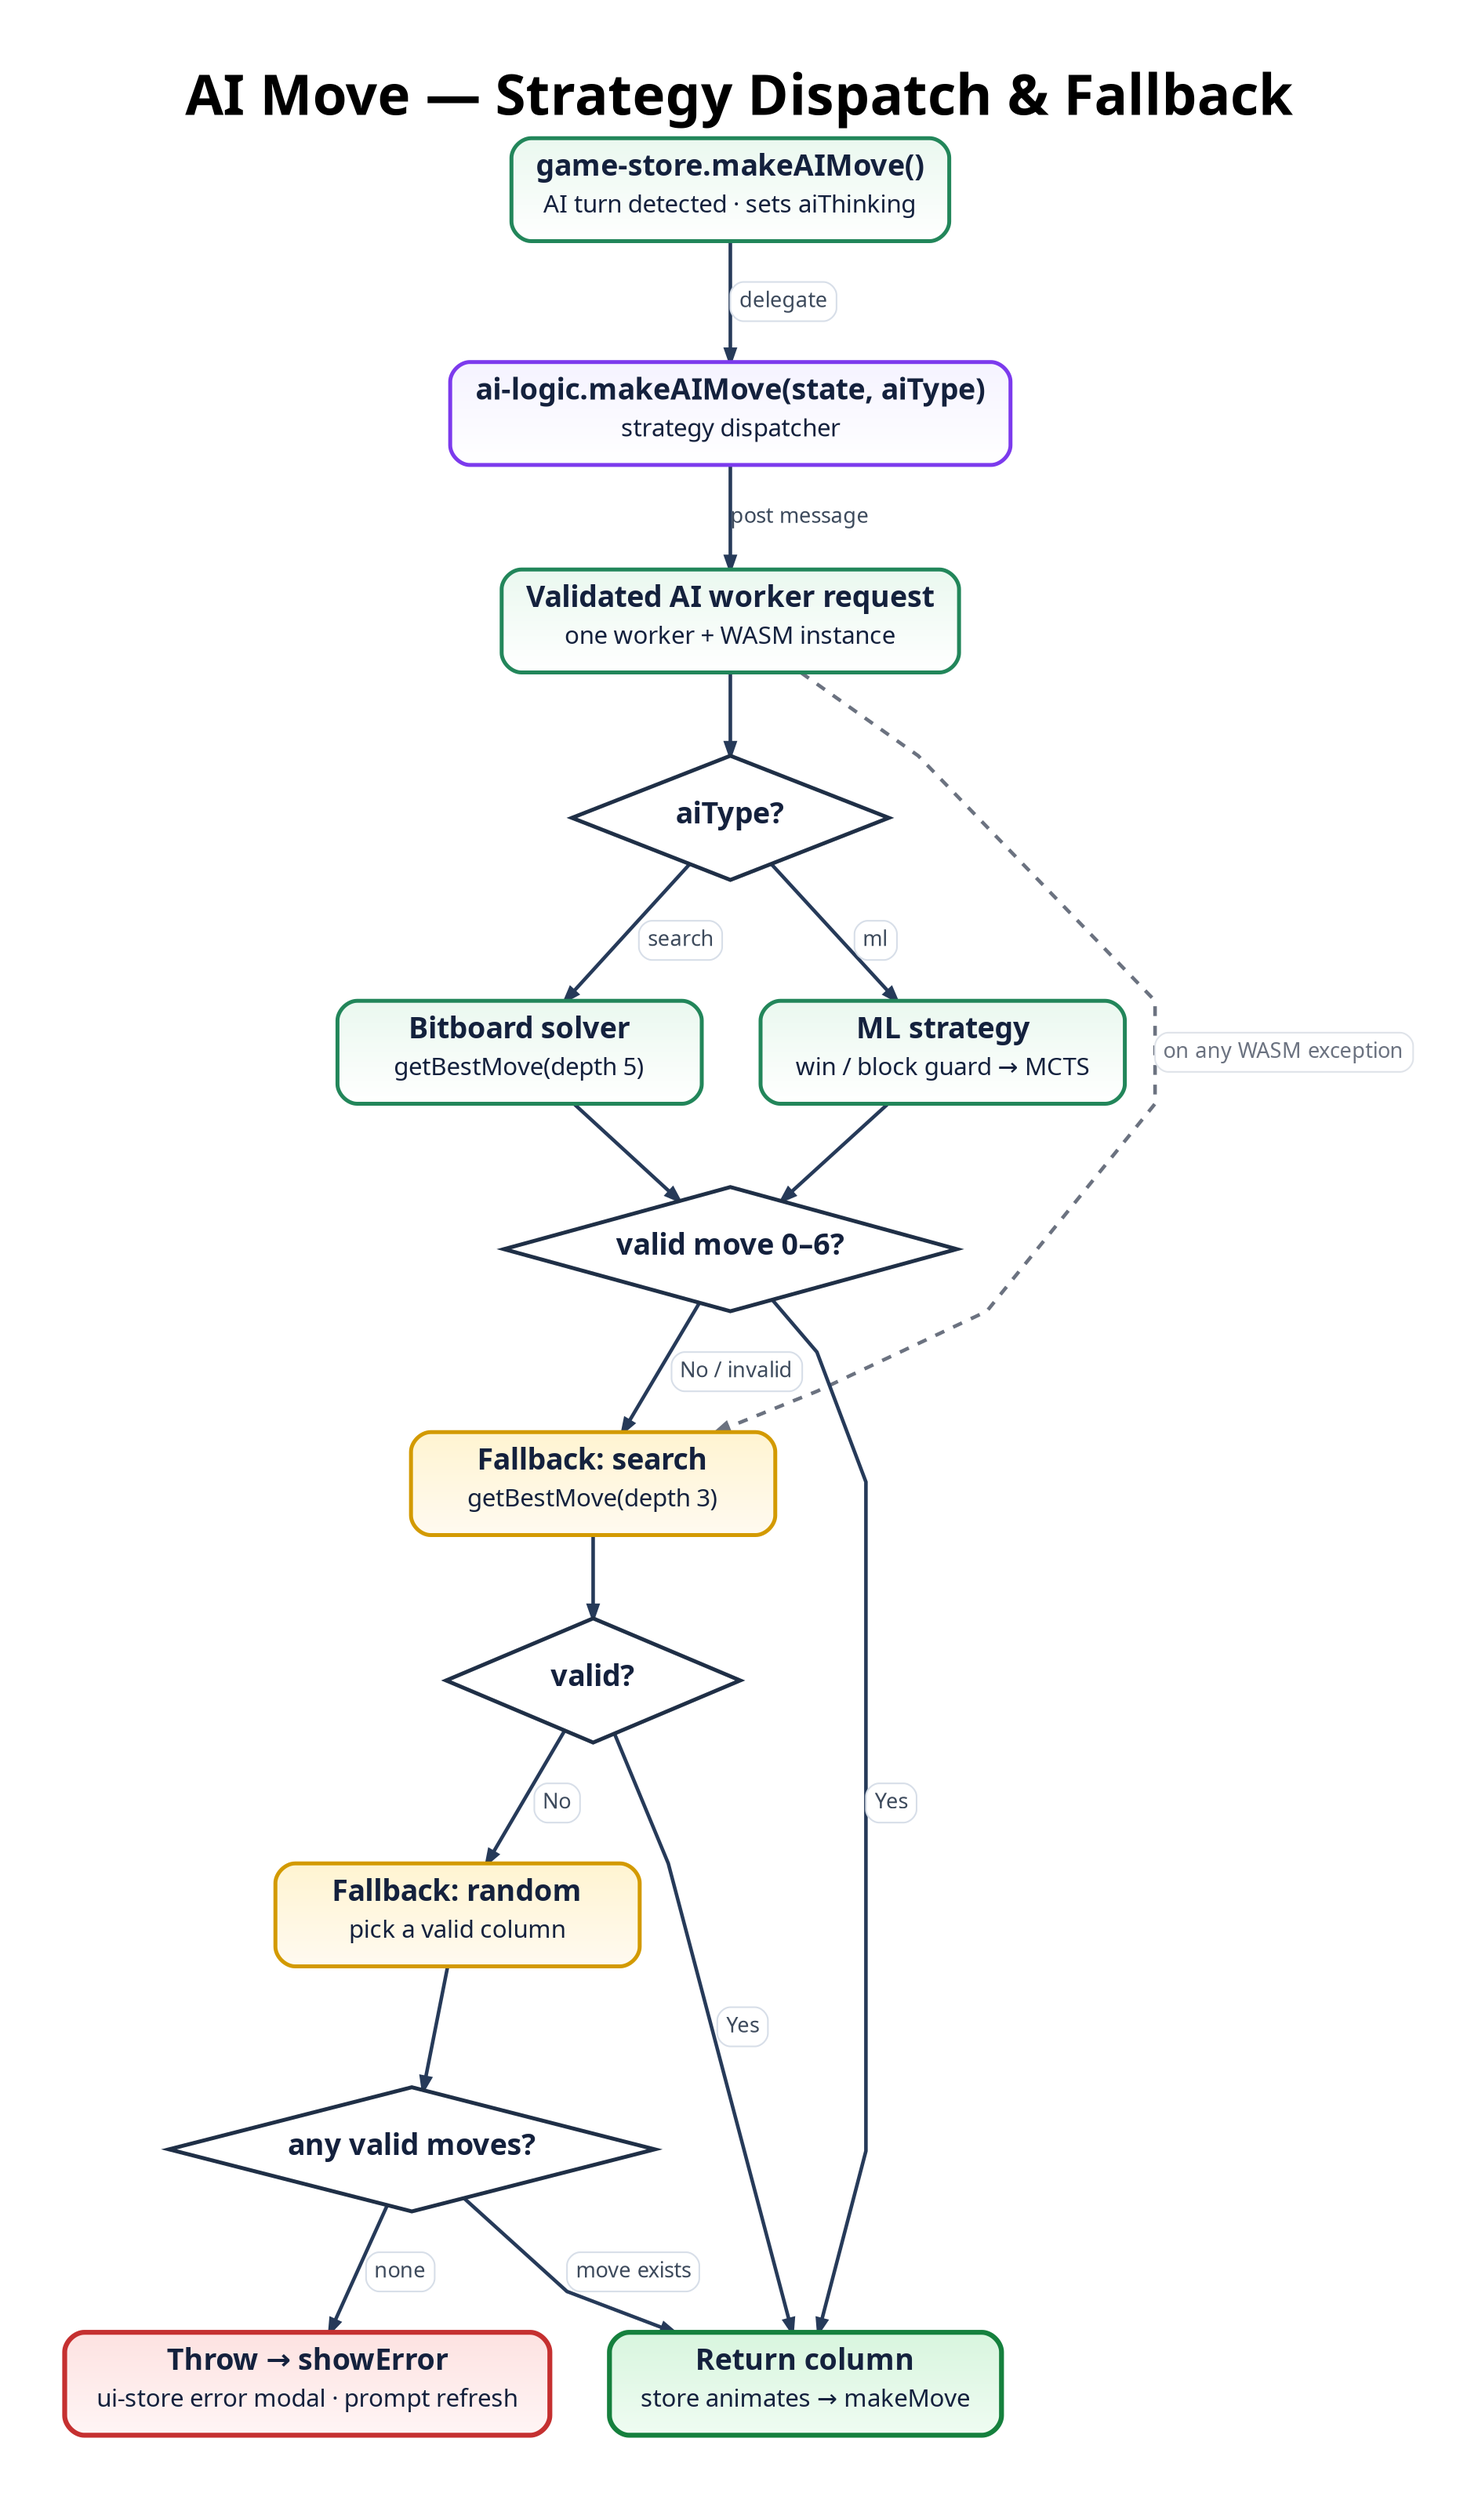
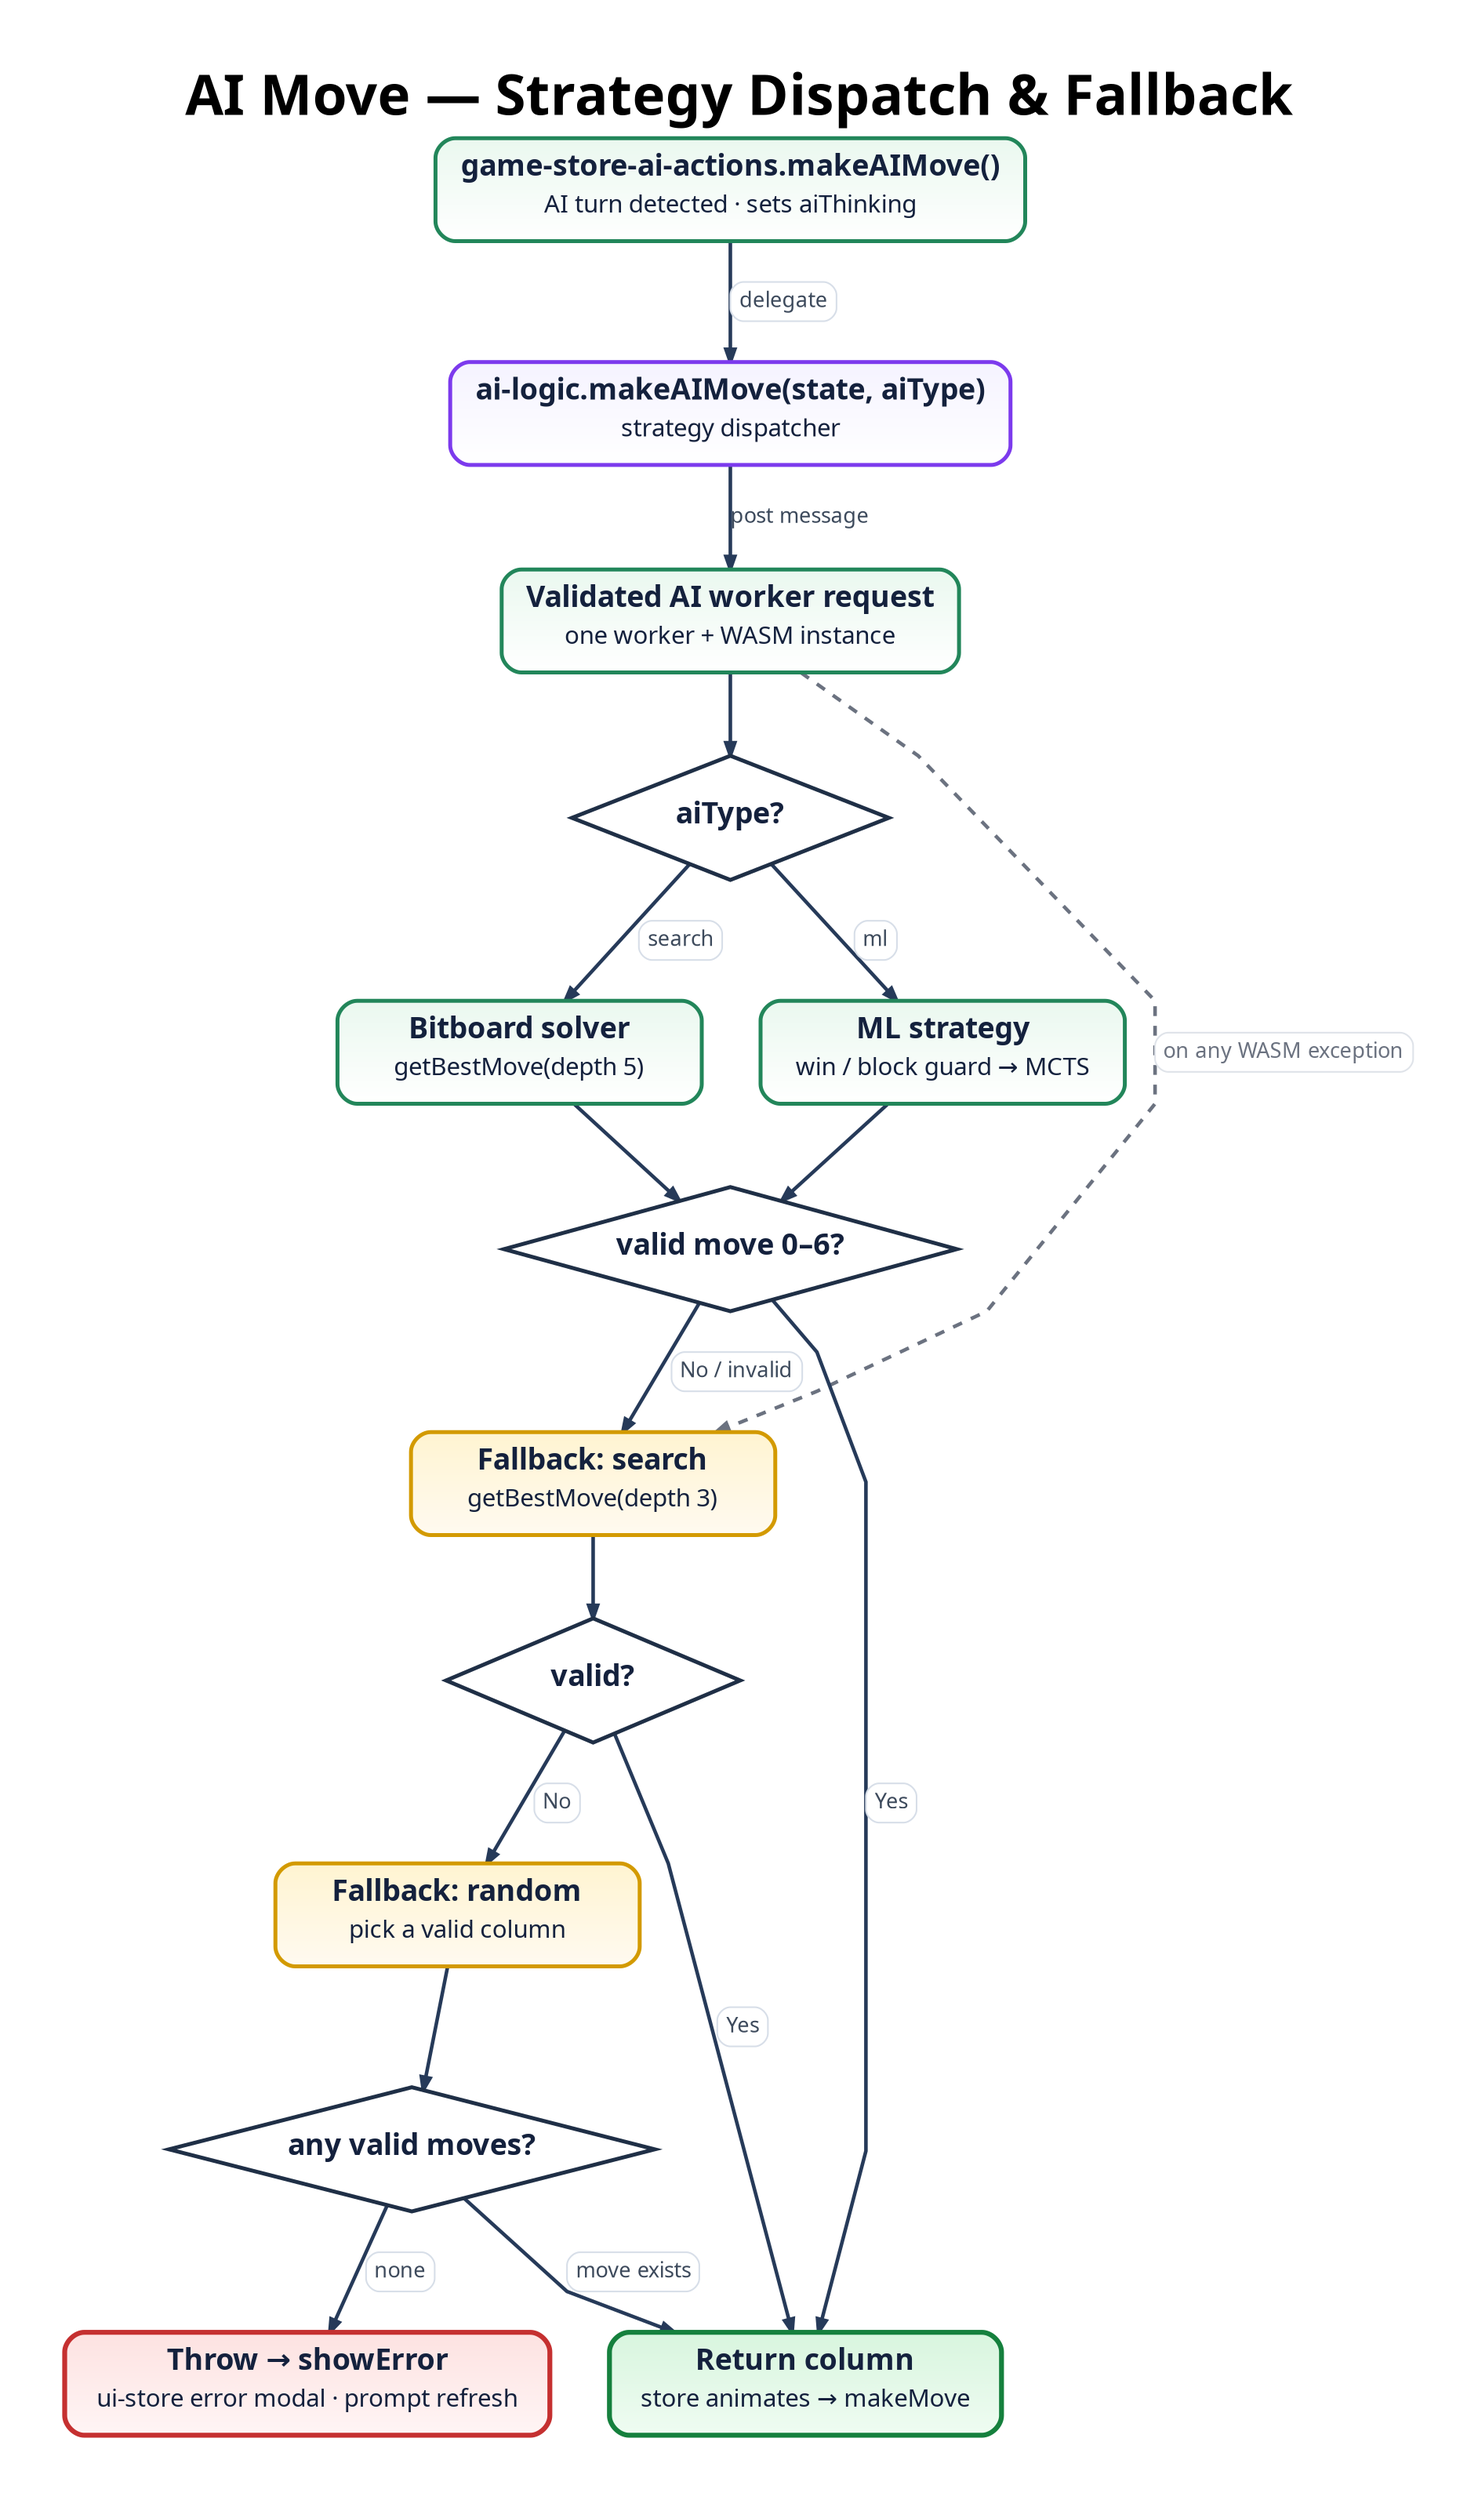
digraph AiMoveFlow {
  graph [
    rankdir=TB,
    bgcolor="#ffffff",
    pad="0.55",
    nodesep="0.5",
    ranksep="0.7",
    splines=polyline,
    outputorder=edgesfirst,
    compound=true,
    newrank=true,
    forcelabels=true,
    fontname="Avenir",
    label=<
      <TABLE BORDER="0" CELLBORDER="0" CELLSPACING="0" CELLPADDING="0">
        <TR><TD><FONT POINT-SIZE="34"><B>AI Move &mdash; Strategy Dispatch &amp; Fallback</B></FONT></TD></TR>
      </TABLE>
    >,
    labelloc=t,
    labeljust=c
  ];

  node [
    shape=box,
    style="rounded,filled",
    margin="0.21,0.13",
    width=3.1,
    height=0.74,
    fixedsize=false,
    fontname="Avenir",
    fontsize=18,
    penwidth=2.4,
    fontcolor="#14213d",
    color="#2264c7",
    fillcolor="#eaf3ff:#ffffff",
    gradientangle=270
  ];

  edge [
    color="#263a59",
    fontname="Avenir",
    fontsize=13,
    fontcolor="#3d4a5c",
    penwidth=2.2,
    arrowsize=0.78
  ];

-   A [label=<<TABLE BORDER="0" CELLBORDER="0" CELLSPACING="0" CELLPADDING="0"><TR><TD><B>game-store.makeAIMove()</B></TD></TR><TR><TD CELLPADDING="4"><FONT POINT-SIZE="15">AI turn detected &middot; sets aiThinking</FONT></TD></TR></TABLE>>, fillcolor="#eaf8ef:#ffffff", color="#22865a"];
+   A [label=<<TABLE BORDER="0" CELLBORDER="0" CELLSPACING="0" CELLPADDING="0"><TR><TD><B>game-store-ai-actions.makeAIMove()</B></TD></TR><TR><TD CELLPADDING="4"><FONT POINT-SIZE="15">AI turn detected &middot; sets aiThinking</FONT></TD></TR></TABLE>>, fillcolor="#eaf8ef:#ffffff", color="#22865a"];
  B [label=<<TABLE BORDER="0" CELLBORDER="0" CELLSPACING="0" CELLPADDING="0"><TR><TD><B>ai-logic.makeAIMove(state, aiType)</B></TD></TR><TR><TD CELLPADDING="4"><FONT POINT-SIZE="15">strategy dispatcher</FONT></TD></TR></TABLE>>, fillcolor="#f5f3ff:#ffffff", color="#7c3aed"];
  W [label=<<TABLE BORDER="0" CELLBORDER="0" CELLSPACING="0" CELLPADDING="0"><TR><TD><B>Validated AI worker request</B></TD></TR><TR><TD CELLPADDING="4"><FONT POINT-SIZE="15">one worker + WASM instance</FONT></TD></TR></TABLE>>, fillcolor="#eaf8ef:#ffffff", color="#22865a"];

  D1 [label=<<B>aiType?</B>>, shape=diamond, style=filled, width=2.7, height=1.05, fillcolor="#ffffff", color="#1f2f46", penwidth=2.4];

  C1 [label=<<TABLE BORDER="0" CELLBORDER="0" CELLSPACING="0" CELLPADDING="0"><TR><TD><B>Bitboard solver</B></TD></TR><TR><TD CELLPADDING="4"><FONT POINT-SIZE="15">getBestMove(depth 5)</FONT></TD></TR></TABLE>>, fillcolor="#eaf8ef:#ffffff", color="#22865a"];
  C2 [label=<<TABLE BORDER="0" CELLBORDER="0" CELLSPACING="0" CELLPADDING="0"><TR><TD><B>ML strategy</B></TD></TR><TR><TD CELLPADDING="4"><FONT POINT-SIZE="15">win / block guard &rarr; MCTS</FONT></TD></TR></TABLE>>, fillcolor="#eaf8ef:#ffffff", color="#22865a"];

  D2 [label=<<B>valid move 0&ndash;6?</B>>, shape=diamond, style=filled, width=3.0, height=1.05, fillcolor="#ffffff", color="#1f2f46", penwidth=2.4];

  F1 [label=<<TABLE BORDER="0" CELLBORDER="0" CELLSPACING="0" CELLPADDING="0"><TR><TD><B>Fallback: search</B></TD></TR><TR><TD CELLPADDING="4"><FONT POINT-SIZE="15">getBestMove(depth 3)</FONT></TD></TR></TABLE>>, fillcolor="#fff4d1:#fffaf0", color="#d39a00"];
  D3 [label=<<B>valid?</B>>, shape=diamond, style=filled, width=2.5, height=1.05, fillcolor="#ffffff", color="#1f2f46", penwidth=2.4];
  F2 [label=<<TABLE BORDER="0" CELLBORDER="0" CELLSPACING="0" CELLPADDING="0"><TR><TD><B>Fallback: random</B></TD></TR><TR><TD CELLPADDING="4"><FONT POINT-SIZE="15">pick a valid column</FONT></TD></TR></TABLE>>, fillcolor="#fff4d1:#fffaf0", color="#d39a00"];
  D4 [label=<<B>any valid moves?</B>>, shape=diamond, style=filled, width=3.0, height=1.05, fillcolor="#ffffff", color="#1f2f46", penwidth=2.4];

  OK [label=<<TABLE BORDER="0" CELLBORDER="0" CELLSPACING="0" CELLPADDING="0"><TR><TD><B>Return column</B></TD></TR><TR><TD CELLPADDING="4"><FONT POINT-SIZE="15">store animates &rarr; makeMove</FONT></TD></TR></TABLE>>, fillcolor="#d8f5de:#effcf2", color="#15803d", penwidth=3.0];
  ERR [label=<<TABLE BORDER="0" CELLBORDER="0" CELLSPACING="0" CELLPADDING="0"><TR><TD><B>Throw &rarr; showError</B></TD></TR><TR><TD CELLPADDING="4"><FONT POINT-SIZE="15">ui-store error modal &middot; prompt refresh</FONT></TD></TR></TABLE>>, fillcolor="#fde2e1:#fff5f5", color="#c53030", penwidth=3.0];

  A -> B [label=<<TABLE BORDER="1" CELLBORDER="0" STYLE="ROUNDED" COLOR="#d7dee8" BGCOLOR="#ffffff" CELLSPACING="0" CELLPADDING="4"><TR><TD><FONT POINT-SIZE="13" COLOR="#3d4a5c">delegate</FONT></TD></TR></TABLE>>];
  B -> W [label="post message"];
  W -> D1;
  D1 -> C1 [label=<<TABLE BORDER="1" CELLBORDER="0" STYLE="ROUNDED" COLOR="#d7dee8" BGCOLOR="#ffffff" CELLSPACING="0" CELLPADDING="4"><TR><TD><FONT POINT-SIZE="13" COLOR="#3d4a5c">search</FONT></TD></TR></TABLE>>];
  D1 -> C2 [label=<<TABLE BORDER="1" CELLBORDER="0" STYLE="ROUNDED" COLOR="#d7dee8" BGCOLOR="#ffffff" CELLSPACING="0" CELLPADDING="4"><TR><TD><FONT POINT-SIZE="13" COLOR="#3d4a5c">ml</FONT></TD></TR></TABLE>>];
  C1 -> D2;
  C2 -> D2;
  D2 -> OK [label=<<TABLE BORDER="1" CELLBORDER="0" STYLE="ROUNDED" COLOR="#d7dee8" BGCOLOR="#ffffff" CELLSPACING="0" CELLPADDING="4"><TR><TD><FONT POINT-SIZE="13" COLOR="#3d4a5c">Yes</FONT></TD></TR></TABLE>>];
  D2 -> F1 [label=<<TABLE BORDER="1" CELLBORDER="0" STYLE="ROUNDED" COLOR="#d7dee8" BGCOLOR="#ffffff" CELLSPACING="0" CELLPADDING="4"><TR><TD><FONT POINT-SIZE="13" COLOR="#3d4a5c">No / invalid</FONT></TD></TR></TABLE>>];
  W -> F1 [label=<<TABLE BORDER="1" CELLBORDER="0" STYLE="ROUNDED" COLOR="#dfe3e9" BGCOLOR="#ffffff" CELLSPACING="0" CELLPADDING="4"><TR><TD><FONT POINT-SIZE="13" COLOR="#6b7280">on any WASM exception</FONT></TD></TR></TABLE>>, style=dashed, color="#6b7280", fontcolor="#6b7280", constraint=false];
  F1 -> D3;
  D3 -> OK [label=<<TABLE BORDER="1" CELLBORDER="0" STYLE="ROUNDED" COLOR="#d7dee8" BGCOLOR="#ffffff" CELLSPACING="0" CELLPADDING="4"><TR><TD><FONT POINT-SIZE="13" COLOR="#3d4a5c">Yes</FONT></TD></TR></TABLE>>];
  D3 -> F2 [label=<<TABLE BORDER="1" CELLBORDER="0" STYLE="ROUNDED" COLOR="#d7dee8" BGCOLOR="#ffffff" CELLSPACING="0" CELLPADDING="4"><TR><TD><FONT POINT-SIZE="13" COLOR="#3d4a5c">No</FONT></TD></TR></TABLE>>];
  F2 -> D4;
  D4 -> OK [label=<<TABLE BORDER="1" CELLBORDER="0" STYLE="ROUNDED" COLOR="#d7dee8" BGCOLOR="#ffffff" CELLSPACING="0" CELLPADDING="4"><TR><TD><FONT POINT-SIZE="13" COLOR="#3d4a5c">move exists</FONT></TD></TR></TABLE>>];
  D4 -> ERR [label=<<TABLE BORDER="1" CELLBORDER="0" STYLE="ROUNDED" COLOR="#d7dee8" BGCOLOR="#ffffff" CELLSPACING="0" CELLPADDING="4"><TR><TD><FONT POINT-SIZE="13" COLOR="#3d4a5c">none</FONT></TD></TR></TABLE>>];
}
